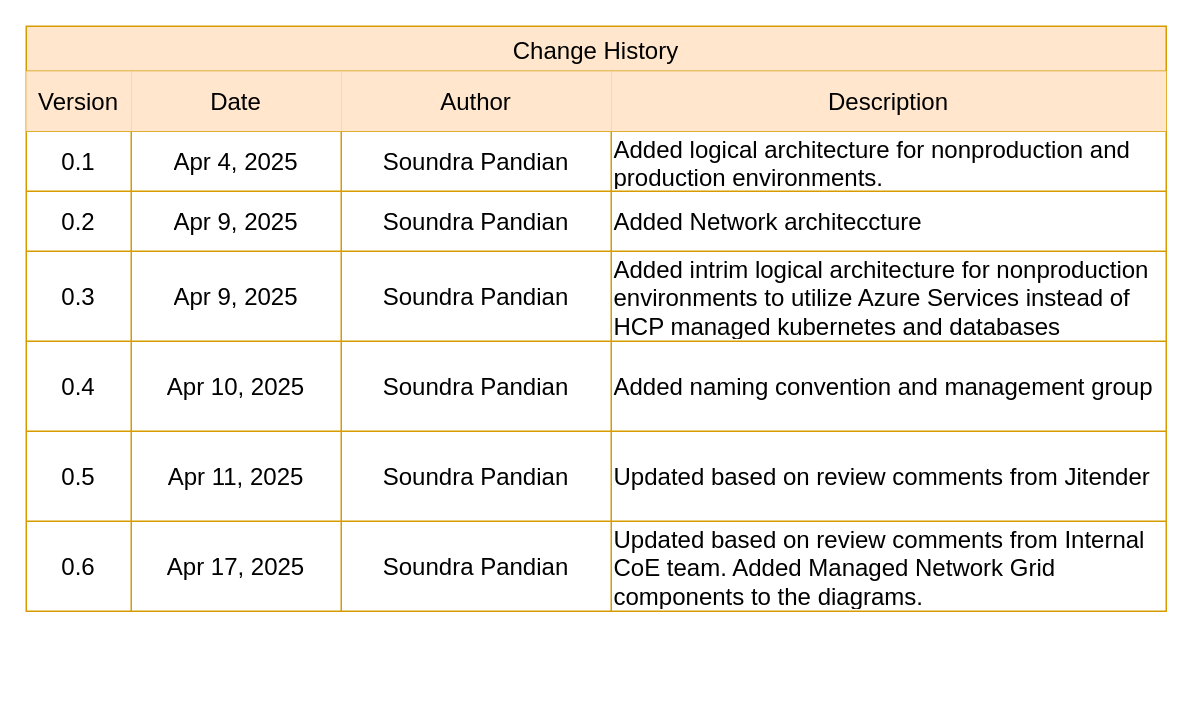
soundarcd/fx keeps this draw.io diagram as page "Index" (1 of 6) of cmc/designs/Solution_Architecture v0.6.drawio. Above is the earlier version. Source tidied: cells renumbered, new cells numbered last; positions are measured from the earlier drawing's top-left corner, leaving out a move shared by most shapes. Both pictures are drawn from the tidied source at 150%, with x=0, y=0 at pixel (26, 26).
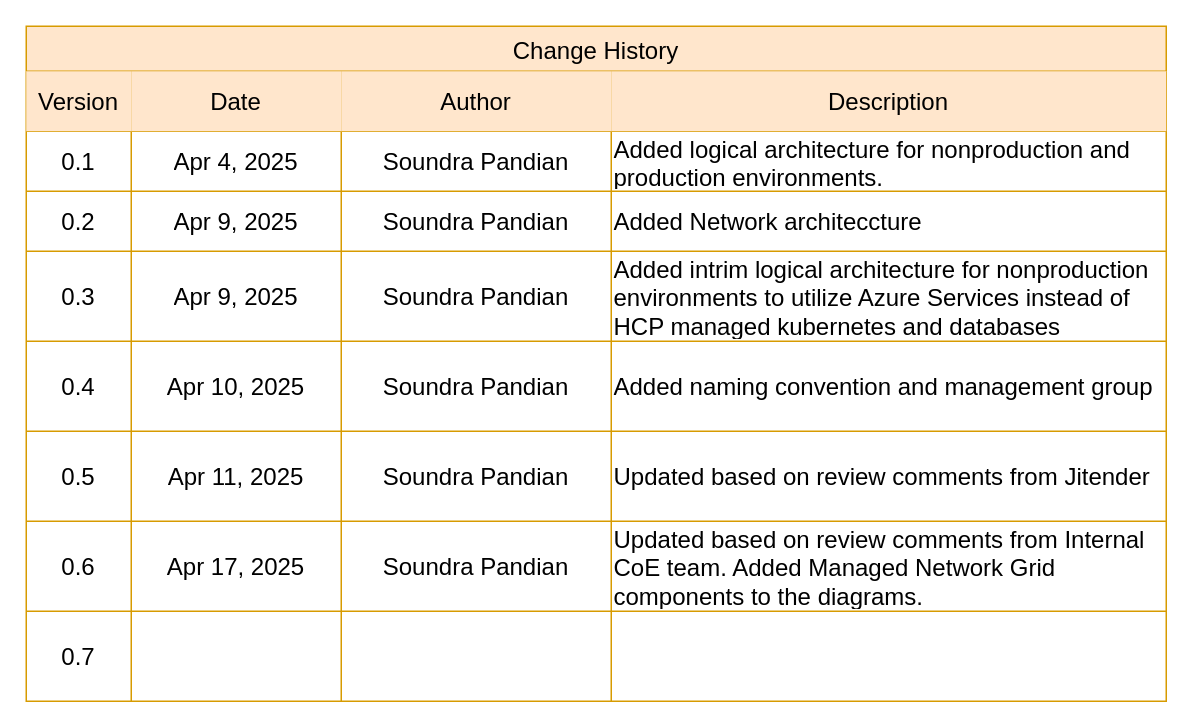
Above is the later version.

The edit, as a diff of the source:
```diff
@@
     <mxCell id="2" value="Change History" style="shape=table;startSize=30;childLayout=tableLayout;strokeColor=#d79b00;fontSize=16;fillColor=#ffe6cc;" parent="1" vertex="1">
-      <mxGeometry width="760" height="390" as="geometry" />
+      <mxGeometry width="760" height="450" as="geometry" />
     </mxCell>
@@
+    <mxCell id="38" style="shape=tableRow;horizontal=0;startSize=0;swimlaneHead=0;swimlaneBody=0;strokeColor=inherit;top=0;left=0;bottom=0;right=0;fillColor=none;fontSize=16;" parent="2" vertex="1">
+      <mxGeometry y="390" width="760" height="60" as="geometry" />
+    </mxCell>
+    <mxCell id="39" value="0.7" style="shape=partialRectangle;html=1;whiteSpace=wrap;strokeColor=inherit;overflow=hidden;fillColor=none;top=0;left=0;bottom=0;right=0;fontSize=16;" parent="38" vertex="1">
+      <mxGeometry width="70" height="60" as="geometry" />
+    </mxCell>
+    <mxCell id="40" style="shape=partialRectangle;html=1;whiteSpace=wrap;strokeColor=inherit;overflow=hidden;fillColor=none;top=0;left=0;bottom=0;right=0;fontSize=16;" parent="38" vertex="1">
+      <mxGeometry x="70" width="140" height="60" as="geometry" />
+    </mxCell>
+    <mxCell id="41" style="shape=partialRectangle;html=1;whiteSpace=wrap;strokeColor=inherit;overflow=hidden;fillColor=none;top=0;left=0;bottom=0;right=0;fontSize=16;" parent="38" vertex="1">
+      <mxGeometry x="210" width="180" height="60" as="geometry" />
+    </mxCell>
+    <mxCell id="42" style="shape=partialRectangle;html=1;whiteSpace=wrap;strokeColor=inherit;overflow=hidden;fillColor=none;top=0;left=0;bottom=0;right=0;fontSize=16;align=left;" parent="38" vertex="1">
+      <mxGeometry x="390" width="370" height="60" as="geometry" />
+    </mxCell>
```
